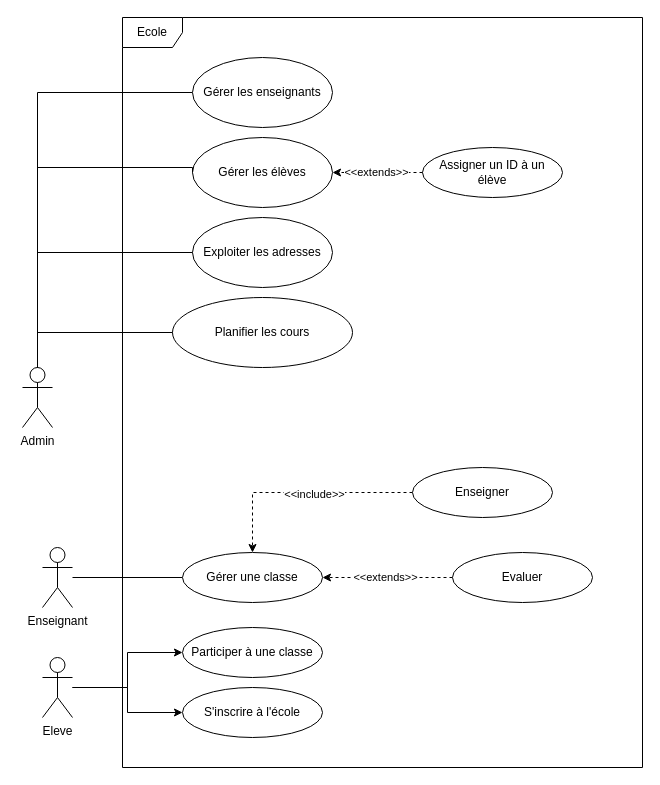
This is EcoleUML.drawio from KMorere/school_uml, a draw.io file, before an edit. Source tidied: cells renumbered, new cells numbered last; positions are measured from the earlier drawing's top-left corner, leaving out a move shared by most shapes. Both pictures are drawn from the tidied source at 100%, with x=0, y=0 at pixel (22, 17).
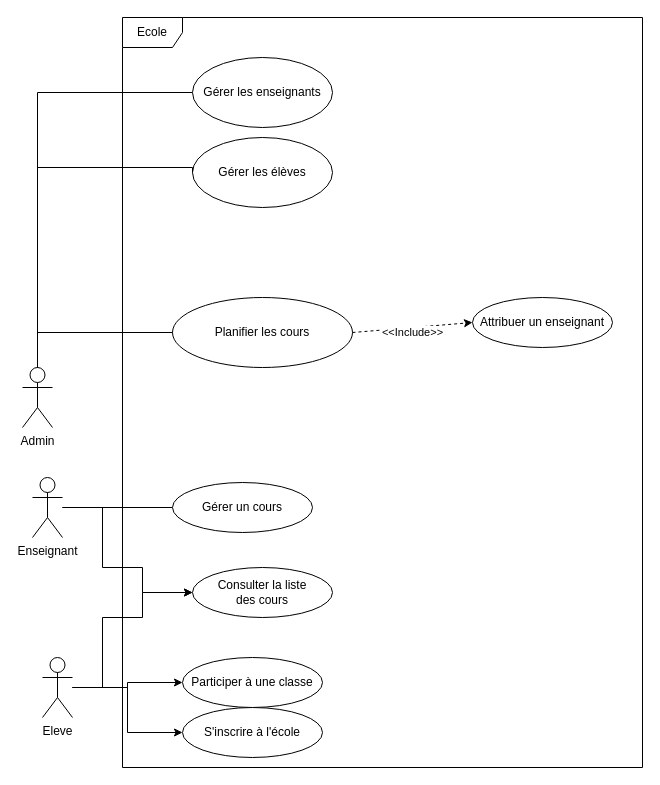
After the change.

Unchanged cells that the change refers to:
```xml
<mxCell id="6" value="Eleve" style="shape=umlActor;verticalLabelPosition=bottom;verticalAlign=top;html=1;" parent="1" vertex="1">
  <mxGeometry x="20" y="640" width="30" height="60" as="geometry" />
</mxCell>
<mxCell id="13" value="Planifier les cours" style="ellipse;whiteSpace=wrap;html=1;" parent="1" vertex="1">
  <mxGeometry x="150" y="280" width="180" height="70" as="geometry" />
</mxCell>
<mxCell id="23" value="Gérer les élèves" style="ellipse;whiteSpace=wrap;html=1;" parent="1" vertex="1">
  <mxGeometry x="170" y="120" width="140" height="70" as="geometry" />
</mxCell>
```

Change to the diagram source:
```diff
@@
+    <mxCell id="29" style="edgeStyle=orthogonalEdgeStyle;rounded=0;jettySize=auto;html=1;entryX=0;entryY=0.5;entryDx=0;entryDy=0;" parent="1" edge="1" source="3" target="31">
+      <mxGeometry relative="1" as="geometry">
+        <Array as="points">
+          <mxPoint x="80" y="490" />
+          <mxPoint x="80" y="550" />
+          <mxPoint x="120" y="550" />
+          <mxPoint x="120" y="575" />
+        </Array>
+      </mxGeometry>
+    </mxCell>
     <mxCell id="3" value="Enseignant" style="shape=umlActor;verticalLabelPosition=bottom;verticalAlign=top;html=1;" parent="1" vertex="1">
-      <mxGeometry x="20" y="530" width="30" height="60" as="geometry" />
+      <mxGeometry x="10" y="460" width="30" height="60" as="geometry" />
     </mxCell>
@@
+    <mxCell id="30" style="edgeStyle=orthogonalEdgeStyle;rounded=0;jettySize=auto;html=1;entryX=0;entryY=0.5;entryDx=0;entryDy=0;" parent="1" edge="1" source="6" target="31">
+      <mxGeometry relative="1" as="geometry">
+        <Array as="points">
+          <mxPoint x="80" y="670" />
+          <mxPoint x="80" y="600" />
+          <mxPoint x="120" y="600" />
+          <mxPoint x="120" y="575" />
+        </Array>
+      </mxGeometry>
+    </mxCell>
@@
     <mxCell id="8" value="Participer à une classe" style="ellipse;whiteSpace=wrap;html=1;" parent="1" vertex="1">
-      <mxGeometry x="160" y="610" width="140" height="50" as="geometry" />
+      <mxGeometry x="160" y="640" width="140" height="50" as="geometry" />
     </mxCell>
-    <mxCell id="9" value="Gérer une classe" style="ellipse;whiteSpace=wrap;html=1;" parent="1" vertex="1">
-      <mxGeometry x="160" y="535" width="140" height="50" as="geometry" />
+    <mxCell id="9" value="Gérer un cours" style="ellipse;whiteSpace=wrap;html=1;" parent="1" vertex="1">
+      <mxGeometry x="150" y="465" width="140" height="50" as="geometry" />
     </mxCell>
-    <mxCell id="10" value="Exploiter les adresses" style="ellipse;whiteSpace=wrap;html=1;" parent="1" vertex="1">
-      <mxGeometry x="170" y="200" width="140" height="70" as="geometry" />
-    </mxCell>
-    <mxCell id="11" style="edgeStyle=orthogonalEdgeStyle;rounded=0;jettySize=auto;html=1;endArrow=none;endFill=0;entryX=0;entryY=0.5;entryDx=0;entryDy=0;" parent="1" edge="1" target="10">
-      <mxGeometry relative="1" as="geometry">
-        <mxPoint x="15" y="330" as="sourcePoint" />
-        <Array as="points">
-          <mxPoint x="15" y="235" />
-        </Array>
-      </mxGeometry>
-    </mxCell>
@@
     <mxCell id="16" value="S'inscrire à l'école" style="ellipse;whiteSpace=wrap;html=1;" parent="1" vertex="1">
-      <mxGeometry x="160" y="670" width="140" height="50" as="geometry" />
+      <mxGeometry x="160" y="690" width="140" height="50" as="geometry" />
     </mxCell>
-    <mxCell id="17" style="edgeStyle=orthogonalEdgeStyle;rounded=0;jettySize=auto;html=1;dashed=1;endArrow=classic;endFill=1;" parent="1" edge="1" source="19" target="9">
-      <mxGeometry relative="1" as="geometry" />
-    </mxCell>
-    <mxCell id="18" value="&amp;lt;&amp;lt;include&amp;gt;&amp;gt;" style="edgeLabel;html=1;align=center;verticalAlign=middle;" parent="17" vertex="1">
-      <mxGeometry x="-0.1" y="1" relative="1" as="geometry" />
-    </mxCell>
-    <mxCell id="19" value="Enseigner" style="ellipse;whiteSpace=wrap;html=1;" parent="1" vertex="1">
-      <mxGeometry x="390" y="450" width="140" height="50" as="geometry" />
+    <mxCell id="19" value="Attribuer un enseignant" style="ellipse;whiteSpace=wrap;html=1;" parent="1" vertex="1">
+      <mxGeometry x="450" y="280" width="140" height="50" as="geometry" />
     </mxCell>
-    <mxCell id="20" style="edgeStyle=orthogonalEdgeStyle;rounded=0;jettySize=auto;html=1;dashed=1;endArrow=classic;endFill=1;" parent="1" edge="1" source="22" target="9">
-      <mxGeometry relative="1" as="geometry" />
-    </mxCell>
-    <mxCell id="21" value="&amp;lt;&amp;lt;extends&amp;gt;&amp;gt;" style="edgeLabel;html=1;align=center;verticalAlign=middle;" parent="20" vertex="1">
-      <mxGeometry x="0.05" y="-1" relative="1" as="geometry" />
-    </mxCell>
-    <mxCell id="22" value="Evaluer" style="ellipse;whiteSpace=wrap;html=1;" parent="1" vertex="1">
-      <mxGeometry x="430" y="535" width="140" height="50" as="geometry" />
-    </mxCell>
@@
-    <mxCell id="25" value="Assigner un ID à un&lt;div&gt;élève&lt;/div&gt;" style="ellipse;whiteSpace=wrap;html=1;" parent="1" vertex="1">
-      <mxGeometry x="400" y="130" width="140" height="50" as="geometry" />
-    </mxCell>
-    <mxCell id="26" style="edgeStyle=orthogonalEdgeStyle;rounded=0;jettySize=auto;html=1;dashed=1;endArrow=classic;endFill=1;exitX=0;exitY=0.5;exitDx=0;exitDy=0;entryX=1;entryY=0.5;entryDx=0;entryDy=0;" parent="1" edge="1" source="25" target="23">
-      <mxGeometry relative="1" as="geometry" />
-    </mxCell>
-    <mxCell id="27" value="&amp;lt;&amp;lt;extends&amp;gt;&amp;gt;" style="edgeLabel;html=1;align=center;verticalAlign=middle;" parent="26" vertex="1">
-      <mxGeometry x="0.05" y="-1" relative="1" as="geometry" />
-    </mxCell>
@@
+    <mxCell id="31" value="Consulter la liste&lt;div&gt;des cours&lt;/div&gt;" style="ellipse;whiteSpace=wrap;html=1;" parent="1" vertex="1">
+      <mxGeometry x="170" y="550" width="140" height="50" as="geometry" />
+    </mxCell>
+    <mxCell id="32" style="endArrow=classic;html=1;rounded=0;exitX=1;exitY=0.5;exitDx=0;exitDy=0;entryX=0;entryY=0.5;entryDx=0;entryDy=0;dashed=1;" parent="1" edge="1" source="13" target="19">
+      <mxGeometry relative="1" as="geometry" />
+    </mxCell>
+    <mxCell id="33" value="&amp;lt;&amp;lt;Include&amp;gt;&amp;gt;" style="edgeLabel;html=1;align=center;verticalAlign=middle;" parent="32" vertex="1">
+      <mxGeometry x="0.3" y="-1" relative="1" as="geometry">
+        <mxPoint x="-18" y="5" as="offset" />
+      </mxGeometry>
+    </mxCell>
```
